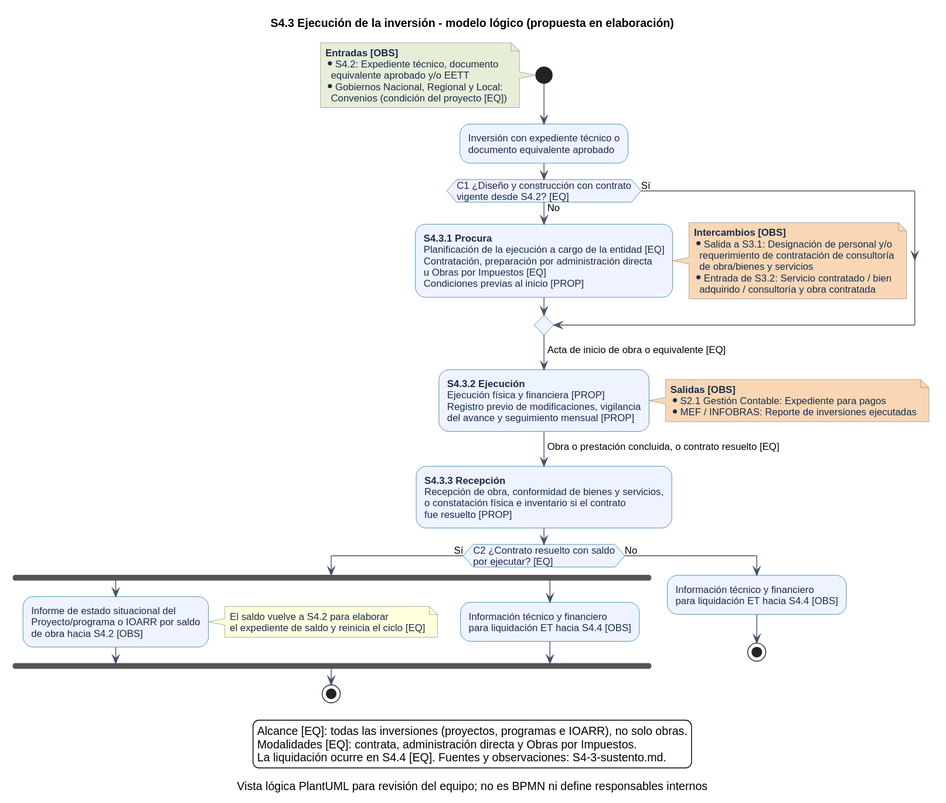
This is 02-procesos/S4-gestion-de-las-inversiones/S4-3-ejecucion-inversion/S4-3-diagrama-proceso-logico.svg from benjy2976/modelado-procesos, a PlantUML export, as it was before one commit. Its source is kept beside it as 02-procesos/S4-gestion-de-las-inversiones/S4-3-ejecucion-inversion/S4-3-diagrama-proceso-logico.puml.
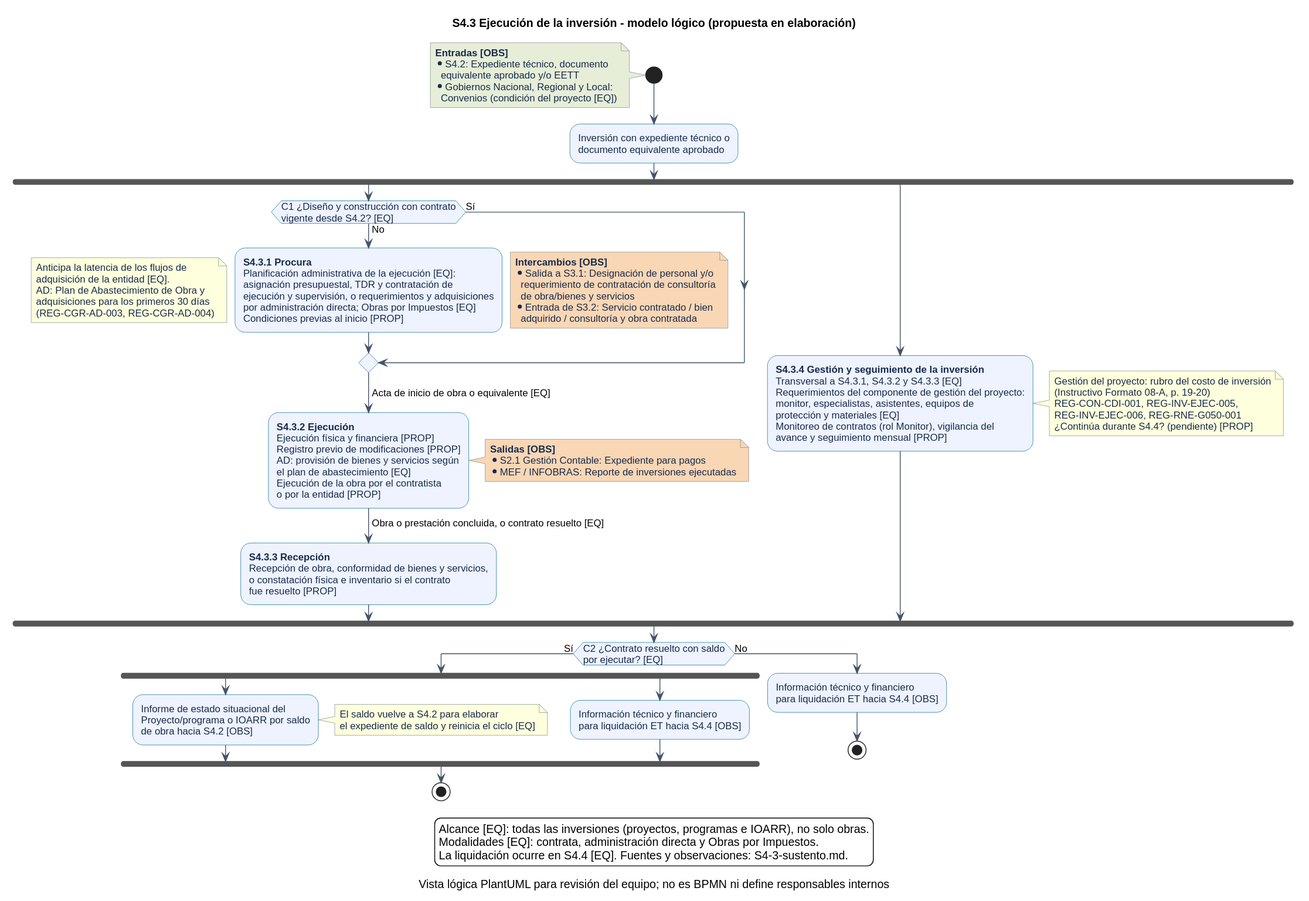
The same diagram one commit later.

What changed in the source:
```diff
@@ -27,13 +27,23 @@
 :Inversión con expediente técnico o
 documento equivalente aprobado;
 
+fork
+
 if (C1 ¿Diseño y construcción con contrato
 vigente desde S4.2? [EQ]) then (No)
   :<b>S4.3.1 Procura</b>
-  Planificación de la ejecución a cargo de la entidad [EQ]
-  Contratación, preparación por administración directa
-  u Obras por Impuestos [EQ]
+  Planificación administrativa de la ejecución [EQ]:
+  asignación presupuestal, TDR y contratación de
+  ejecución y supervisión, o requerimientos y adquisiciones
+  por administración directa; Obras por Impuestos [EQ]
   Condiciones previas al inicio [PROP];
+  note left
+    Anticipa la latencia de los flujos de
+    adquisición de la entidad [EQ].
+    AD: Plan de Abastecimiento de Obra y
+    adquisiciones para los primeros 30 días
+    (REG-CGR-AD-003, REG-CGR-AD-004)
+  end note
   note right #F9D7B5
     <b>Intercambios [OBS]</b>
     * Salida a S3.1: Designación de personal y/o
@@ -49,8 +59,11 @@
 
 :<b>S4.3.2 Ejecución</b>
 Ejecución física y financiera [PROP]
-Registro previo de modificaciones, vigilancia
-del avance y seguimiento mensual [PROP];
+Registro previo de modificaciones [PROP]
+AD: provisión de bienes y servicios según
+el plan de abastecimiento [EQ]
+Ejecución de la obra por el contratista
+o por la entidad [PROP];
 note right #F9D7B5
   <b>Salidas [OBS]</b>
   * S2.1 Gestión Contable: Expediente para pagos
@@ -63,6 +76,23 @@
 Recepción de obra, conformidad de bienes y servicios,
 o constatación física e inventario si el contrato
 fue resuelto [PROP];
+
+fork again
+  :<b>S4.3.4 Gestión y seguimiento de la inversión</b>
+  Transversal a S4.3.1, S4.3.2 y S4.3.3 [EQ]
+  Requerimientos del componente de gestión del proyecto:
+  monitor, especialistas, asistentes, equipos de
+  protección y materiales [EQ]
+  Monitoreo de contratos (rol Monitor), vigilancia del
+  avance y seguimiento mensual [PROP];
+  note right
+    Gestión del proyecto: rubro del costo de inversión
+    (Instructivo Formato 08-A, p. 19-20)
+    REG-CON-CDI-001, REG-INV-EJEC-005,
+    REG-INV-EJEC-006, REG-RNE-G050-001
+    ¿Continúa durante S4.4? (pendiente) [PROP]
+  end note
+end fork
 
 if (C2 ¿Contrato resuelto con saldo
 por ejecutar? [EQ]) then (Sí)
```
